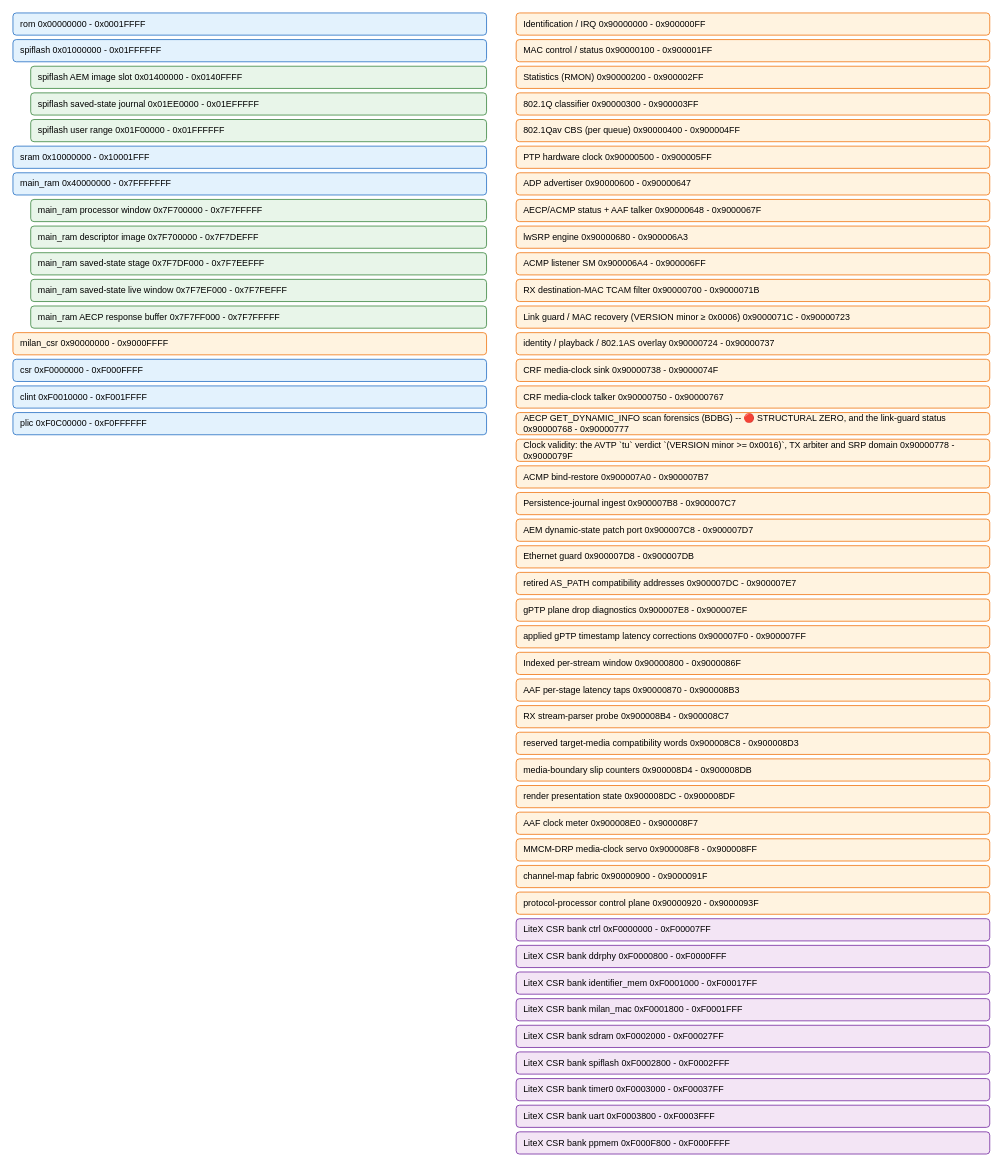
kebag-logic/milan-fpga keeps this draw.io diagram as docs/diagrams/memory_map.drawio. Above is the earlier version. Source tidied: cells renumbered, new cells numbered last; positions are measured from the earlier drawing's top-left corner, leaving out a move shared by most shapes. Both pictures are drawn from the tidied source at 74%, with x=0, y=0 at pixel (13, 13).
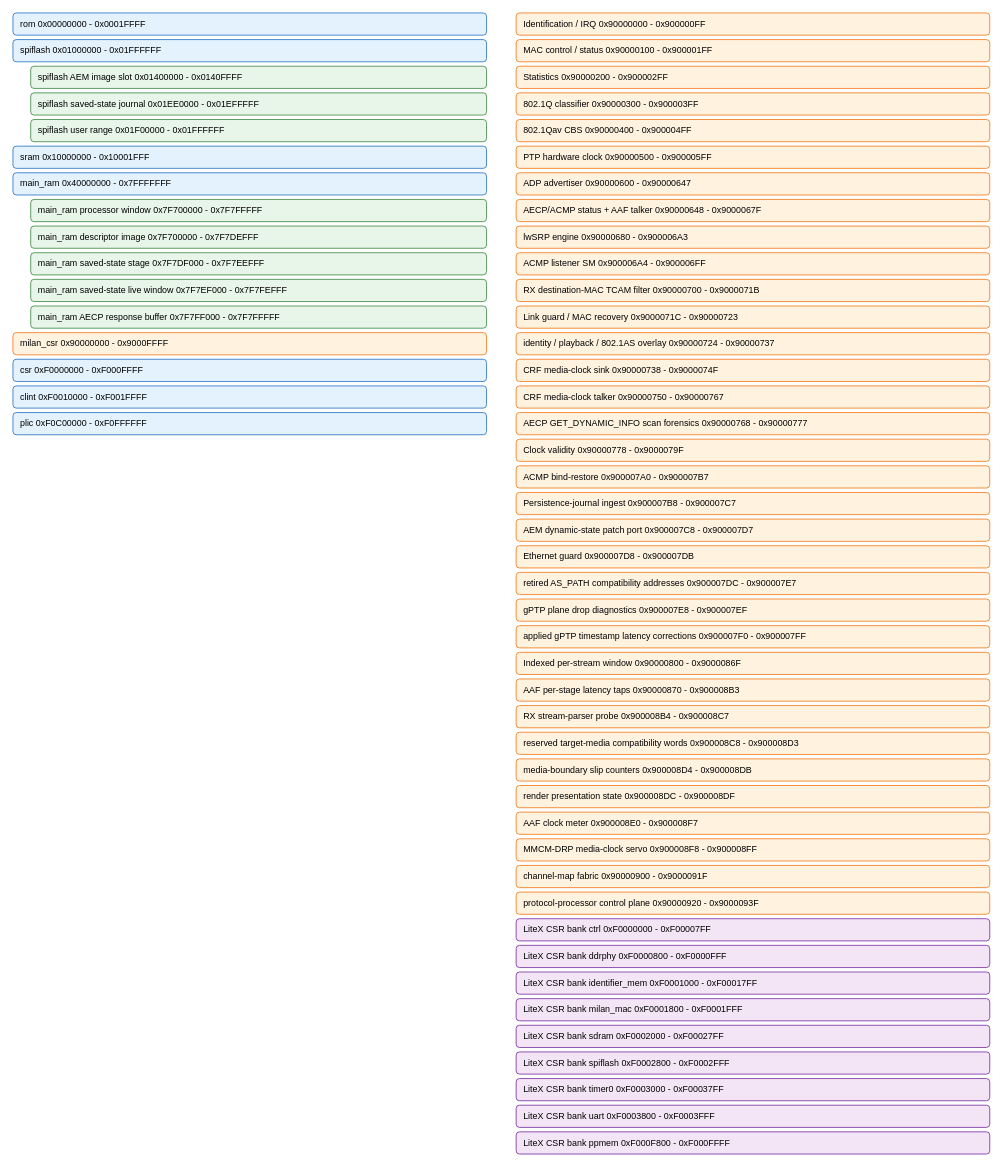
Above is the later version.

Commit message (it also covers changes not shown here):
Shorten memory-map labels, refuse one that would overprint its address or carry markup, and name the register generators in the generation guide (#797)

Diff of the diagram source:
```diff
@@
-    <mxCell id="20" value="Statistics (RMON)   0x90000200 - 0x900002FF" style="rounded=1;whiteSpace=wrap;html=1;fillColor=#FFF3E0;strokeColor=#EF6C00;fontSize=12;align=left;spacingLeft=8;" parent="1" vertex="1">
+    <mxCell id="20" value="Statistics   0x90000200 - 0x900002FF" style="rounded=1;whiteSpace=wrap;html=1;fillColor=#FFF3E0;strokeColor=#EF6C00;fontSize=12;align=left;spacingLeft=8;" parent="1" vertex="1">
       <mxGeometry x="680" y="72" width="640" height="30" as="geometry" />
     </mxCell>
@@
-    <mxCell id="22" value="802.1Qav CBS (per queue)   0x90000400 - 0x900004FF" style="rounded=1;whiteSpace=wrap;html=1;fillColor=#FFF3E0;strokeColor=#EF6C00;fontSize=12;align=left;spacingLeft=8;" parent="1" vertex="1">
+    <mxCell id="22" value="802.1Qav CBS   0x90000400 - 0x900004FF" style="rounded=1;whiteSpace=wrap;html=1;fillColor=#FFF3E0;strokeColor=#EF6C00;fontSize=12;align=left;spacingLeft=8;" parent="1" vertex="1">
       <mxGeometry x="680" y="144" width="640" height="30" as="geometry" />
     </mxCell>
@@
-    <mxCell id="29" value="Link guard / MAC recovery (VERSION minor ≥ 0x0006)   0x9000071C - 0x90000723" style="rounded=1;whiteSpace=wrap;html=1;fillColor=#FFF3E0;strokeColor=#EF6C00;fontSize=12;align=left;spacingLeft=8;" parent="1" vertex="1">
+    <mxCell id="29" value="Link guard / MAC recovery   0x9000071C - 0x90000723" style="rounded=1;whiteSpace=wrap;html=1;fillColor=#FFF3E0;strokeColor=#EF6C00;fontSize=12;align=left;spacingLeft=8;" parent="1" vertex="1">
       <mxGeometry x="680" y="396" width="640" height="30" as="geometry" />
     </mxCell>
@@
-    <mxCell id="33" value="AECP GET_DYNAMIC_INFO scan forensics (BDBG) -- 🔴 STRUCTURAL ZERO, and the link-guard status   0x90000768 - 0x90000777" style="rounded=1;whiteSpace=wrap;html=1;fillColor=#FFF3E0;strokeColor=#EF6C00;fontSize=12;align=left;spacingLeft=8;" parent="1" vertex="1">
+    <mxCell id="33" value="AECP GET_DYNAMIC_INFO scan forensics   0x90000768 - 0x90000777" style="rounded=1;whiteSpace=wrap;html=1;fillColor=#FFF3E0;strokeColor=#EF6C00;fontSize=12;align=left;spacingLeft=8;" parent="1" vertex="1">
       <mxGeometry x="680" y="540" width="640" height="30" as="geometry" />
     </mxCell>
-    <mxCell id="34" value="Clock validity: the AVTP `tu` verdict `(VERSION minor &gt;= 0x0016)`, TX arbiter and SRP domain   0x90000778 - 0x9000079F" style="rounded=1;whiteSpace=wrap;html=1;fillColor=#FFF3E0;strokeColor=#EF6C00;fontSize=12;align=left;spacingLeft=8;" parent="1" vertex="1">
+    <mxCell id="34" value="Clock validity   0x90000778 - 0x9000079F" style="rounded=1;whiteSpace=wrap;html=1;fillColor=#FFF3E0;strokeColor=#EF6C00;fontSize=12;align=left;spacingLeft=8;" parent="1" vertex="1">
       <mxGeometry x="680" y="576" width="640" height="30" as="geometry" />
     </mxCell>
```
